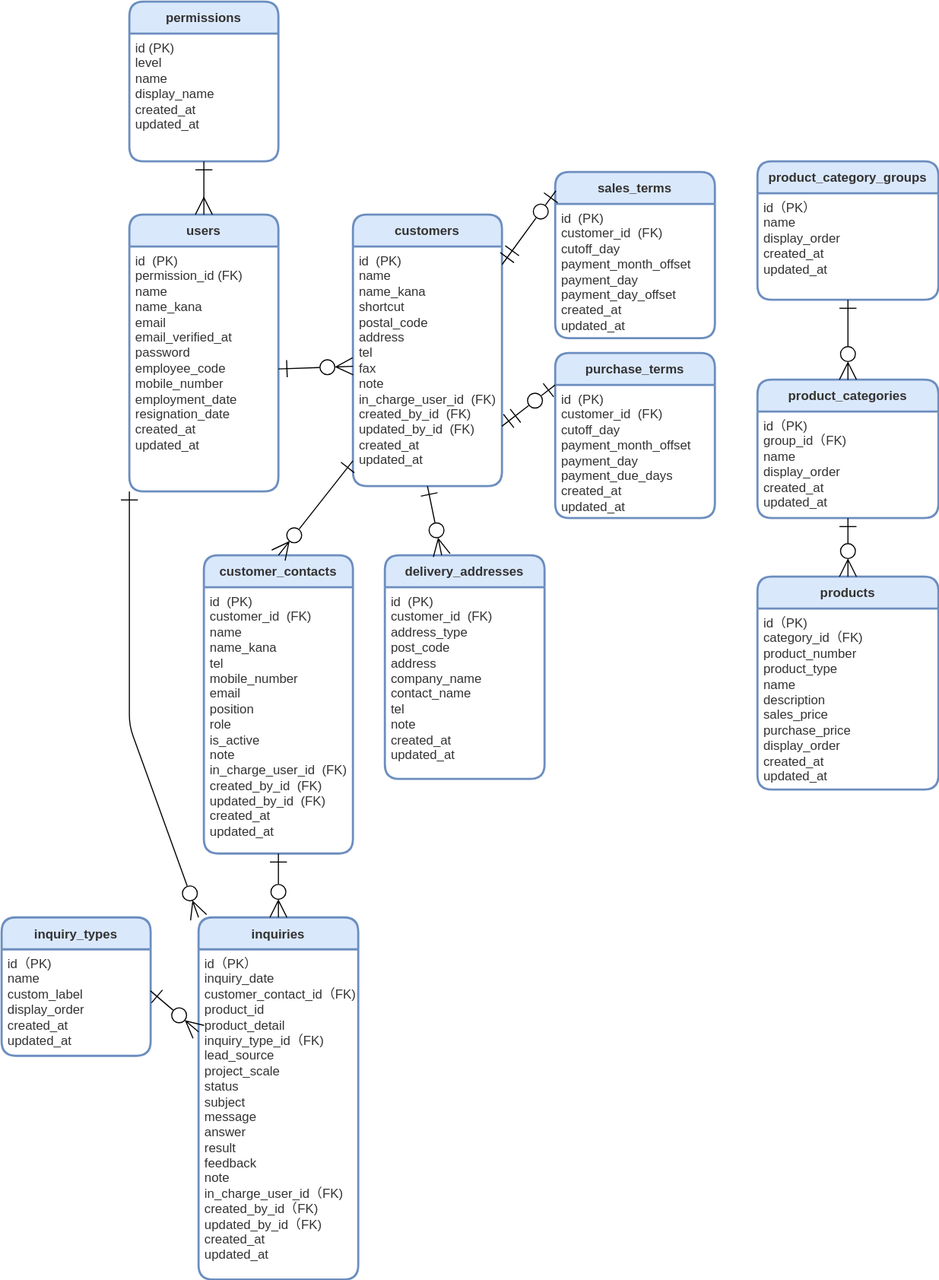
Earlier version of the draw.io export src/docs/ER.drawio.svg (ryo-tom/flagship). Source tidied: cells renumbered, new cells last; positions are measured from the earlier drawing's top-left corner, leaving out a move shared by most shapes.
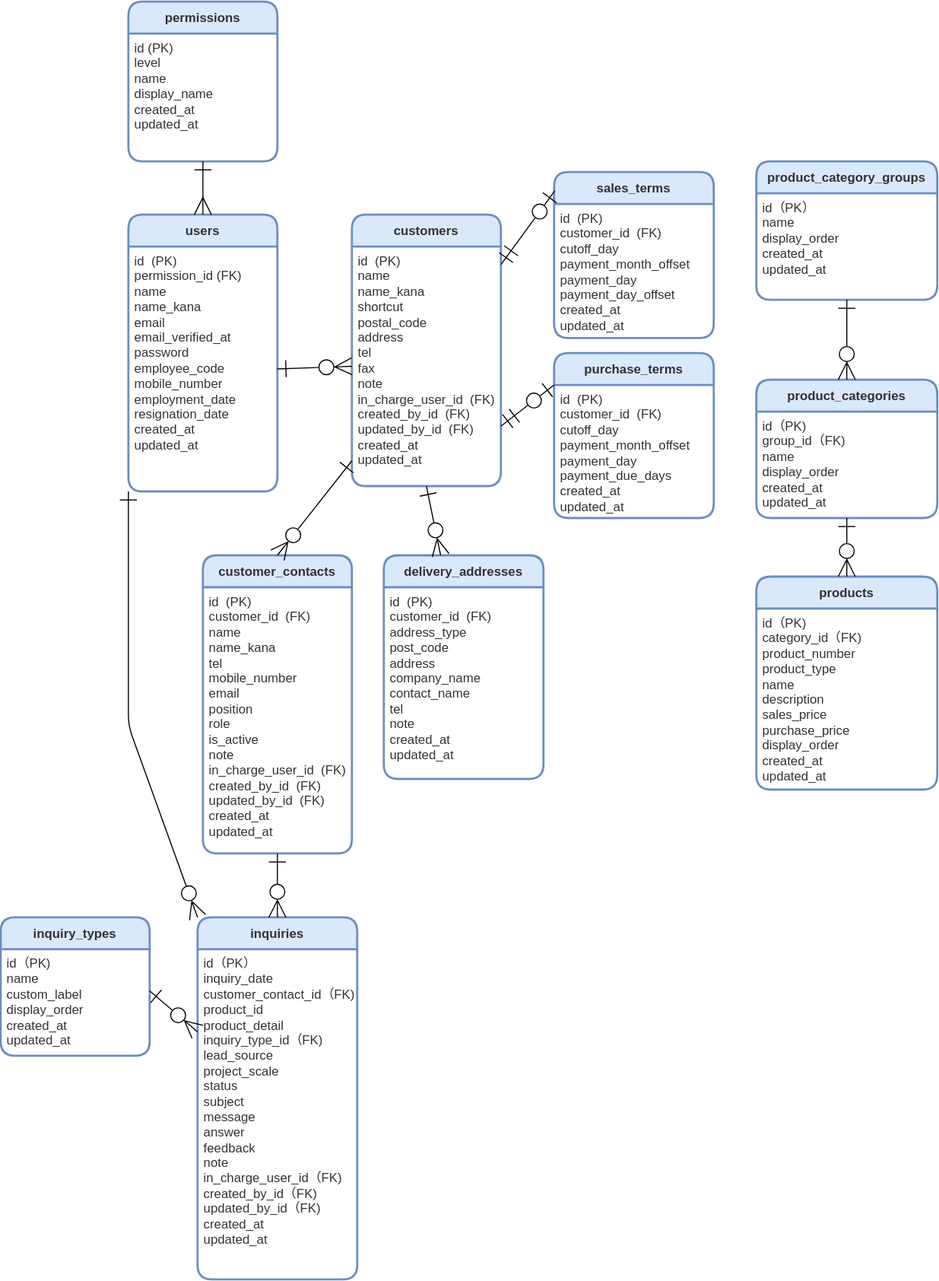
The same diagram one commit later.

Commit message:
remove result column

Diff of the diagram source:
```diff
@@ -95,7 +95,7 @@
     <mxCell id="32" value="inquiries" style="swimlane;horizontal=1;startSize=30;rounded=1;fontSize=12;fontStyle=1;strokeWidth=2;shadow=0;dashed=0;align=center;fillColor=#dae8fc;strokeColor=#6c8ebf;fontColor=#333333;labelBackgroundColor=none;gradientColor=none;swimlaneFillColor=#FFFFFF;verticalAlign=middle;" parent="1" vertex="1">
       <mxGeometry x="185" y="860" width="150" height="340" as="geometry" />
     </mxCell>
-    <mxCell id="33" value="&lt;div&gt;id（PK）&lt;/div&gt;&lt;div&gt;inquiry_date&lt;/div&gt;&lt;div&gt;customer_contact_id（FK)&lt;/div&gt;&lt;div&gt;product_id&lt;/div&gt;&lt;div&gt;product_detail&lt;/div&gt;&lt;div&gt;inquiry_type_id（FK)&lt;/div&gt;&lt;div&gt;lead_source&lt;/div&gt;&lt;div&gt;project_scale&lt;/div&gt;&lt;div&gt;status&lt;/div&gt;&lt;div&gt;subject&lt;/div&gt;&lt;div&gt;message&lt;/div&gt;&lt;div&gt;answer&lt;/div&gt;&lt;div&gt;result&lt;/div&gt;&lt;div&gt;feedback&lt;/div&gt;&lt;div&gt;note&lt;/div&gt;&lt;div&gt;in_charge_user_id（FK)&lt;/div&gt;&lt;div&gt;created_by_id（FK)&lt;/div&gt;&lt;div&gt;updated_by_id（FK)&lt;/div&gt;&lt;div&gt;&lt;span style=&quot;background-color: initial;&quot;&gt;created_at&lt;/span&gt;&lt;/div&gt;&lt;div&gt;updated_at&lt;/div&gt;" style="align=left;strokeColor=none;fillColor=none;spacingLeft=4;fontSize=12;verticalAlign=top;fontColor=#333333;html=1;" parent="32" vertex="1">
+    <mxCell id="33" value="&lt;div&gt;id（PK）&lt;/div&gt;&lt;div&gt;inquiry_date&lt;/div&gt;&lt;div&gt;customer_contact_id（FK)&lt;/div&gt;&lt;div&gt;product_id&lt;/div&gt;&lt;div&gt;product_detail&lt;/div&gt;&lt;div&gt;inquiry_type_id（FK)&lt;/div&gt;&lt;div&gt;lead_source&lt;/div&gt;&lt;div&gt;project_scale&lt;/div&gt;&lt;div&gt;status&lt;/div&gt;&lt;div&gt;subject&lt;/div&gt;&lt;div&gt;message&lt;/div&gt;&lt;div&gt;answer&lt;/div&gt;&lt;div&gt;feedback&lt;/div&gt;&lt;div&gt;note&lt;/div&gt;&lt;div&gt;in_charge_user_id（FK)&lt;/div&gt;&lt;div&gt;created_by_id（FK)&lt;/div&gt;&lt;div&gt;updated_by_id（FK)&lt;/div&gt;&lt;div&gt;&lt;span style=&quot;background-color: initial;&quot;&gt;created_at&lt;/span&gt;&lt;/div&gt;&lt;div&gt;updated_at&lt;/div&gt;" style="align=left;strokeColor=none;fillColor=none;spacingLeft=4;fontSize=12;verticalAlign=top;fontColor=#333333;html=1;" parent="32" vertex="1">
       <mxGeometry y="30" width="150" height="310" as="geometry" />
     </mxCell>
     <mxCell id="34" style="edgeStyle=none;shape=connector;rounded=1;jumpStyle=none;jumpSize=6;html=1;entryX=0;entryY=0.25;entryDx=0;entryDy=0;shadow=0;labelBackgroundColor=default;strokeColor=default;fontFamily=Helvetica;fontSize=12;fontColor=default;startArrow=ERone;startFill=0;endArrow=ERzeroToMany;endFill=0;startSize=14;endSize=14;targetPerimeterSpacing=0;verticalAlign=top;exitX=0.999;exitY=0.39;exitDx=0;exitDy=0;exitPerimeter=0;" parent="1" edge="1" source="31" target="33">
```
